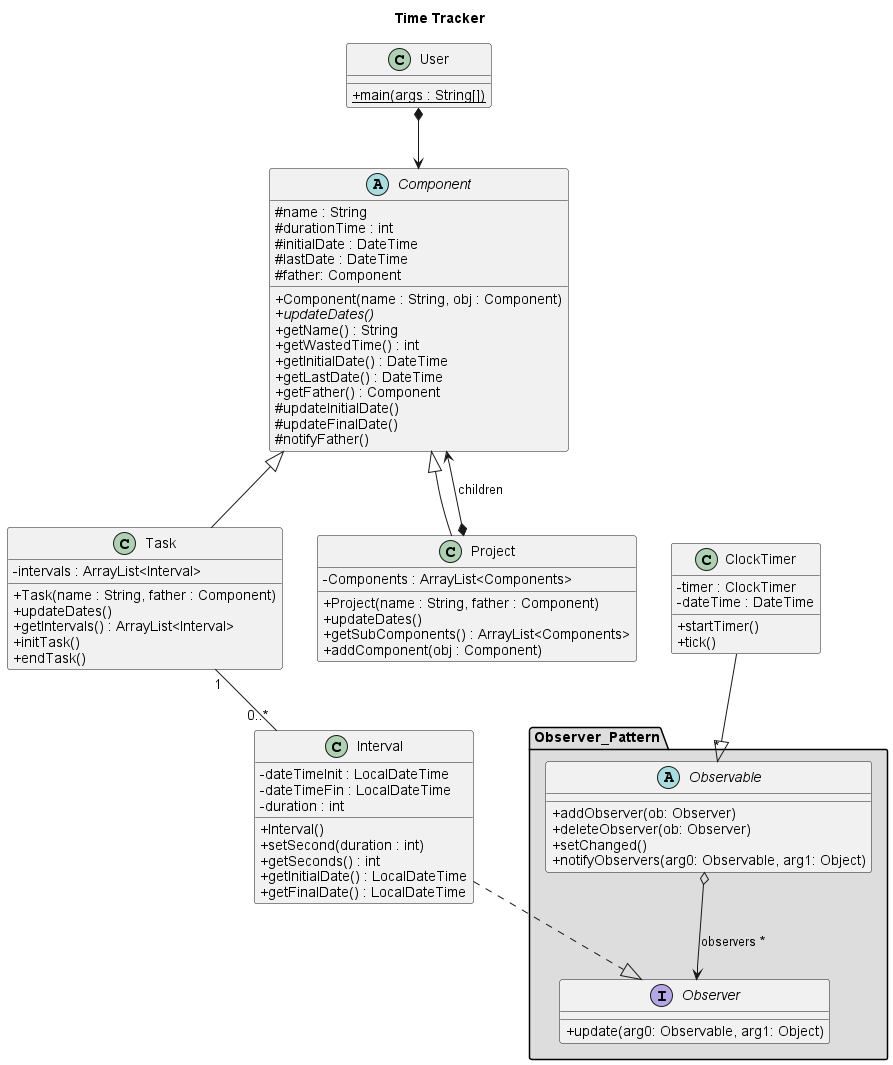
joaquimcodina/TimeTracker keeps this PlantUML diagram as diagram/classDiagram.png. Above is the earlier version.
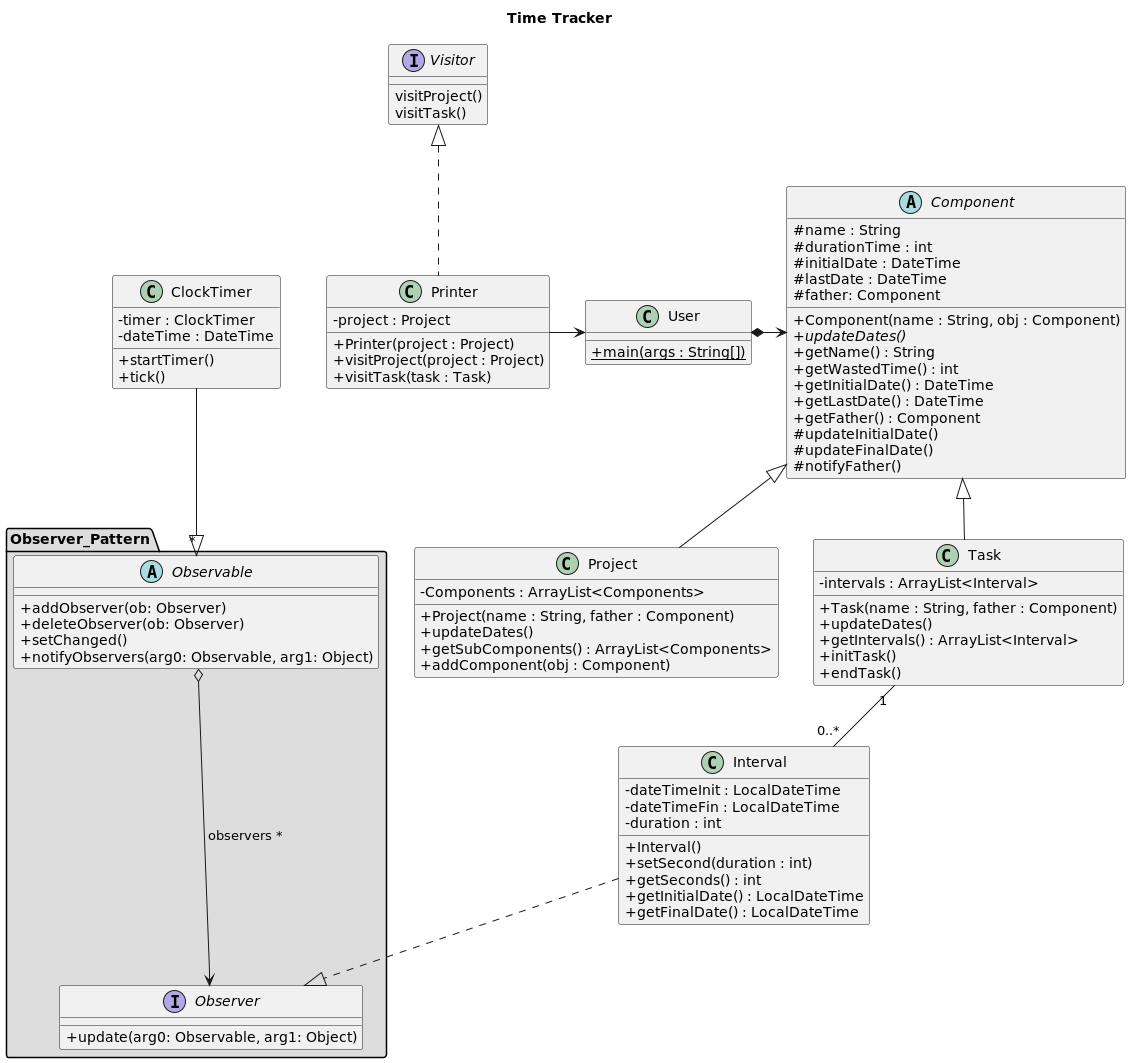
After the commit.

Commit message:
Actualitzar Diagrama de Classes

The edit, as a diff of the source:
```diff
@@ -3,8 +3,20 @@
 
 title "Time Tracker"
 
-class User {
+class User{
 +{static} main(args : String[])
+}
+
+interface Visitor {
+visitProject()
+visitTask()
+}
+
+class Printer implements Visitor{
+- project : Project
++ Printer(project : Project)
++ visitProject(project : Project)
++ visitTask(task : Task)
 }
 
 class Task extends Component{
@@ -78,8 +90,8 @@
 
 
 
-User *--> Component
-Component <--* Project : "children"
+User *-right-> Component
+Printer -right-> User
 Task "1"--"0..*" Interval
 ClockTimer --|> "*" Observable
 Interval ..|> Observer
```
